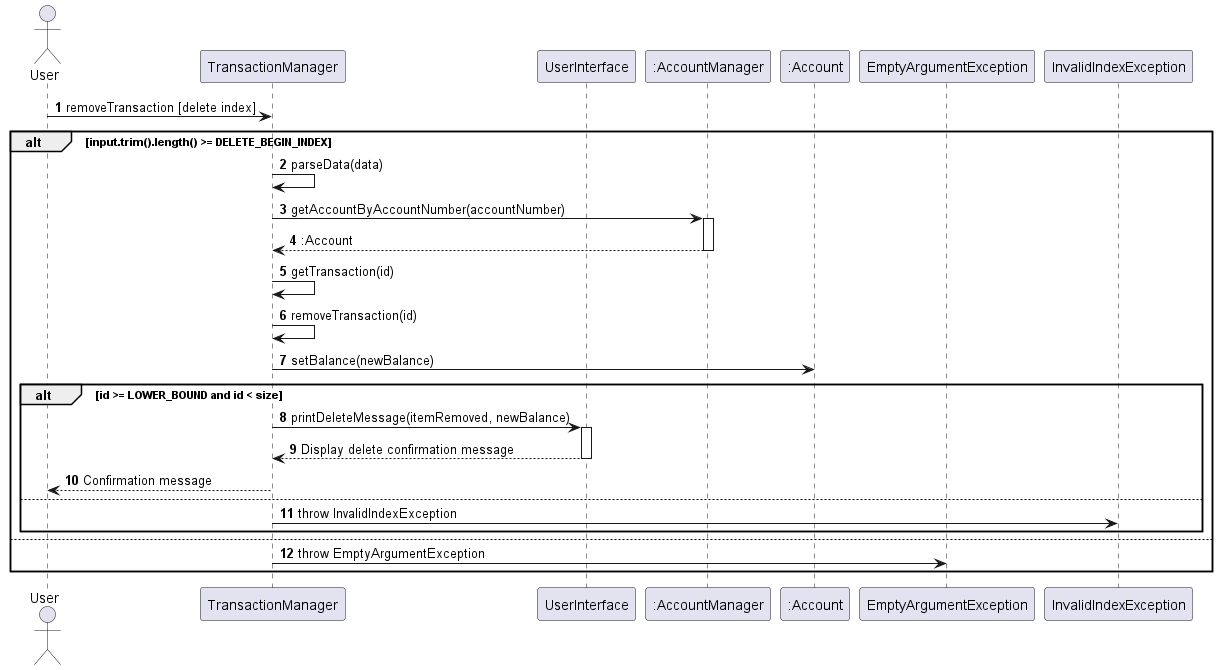
Before: docs/uml/uml-images/removeTransactionDiagram.png, a diagram exported from PlantUML (Vavinan/tp).
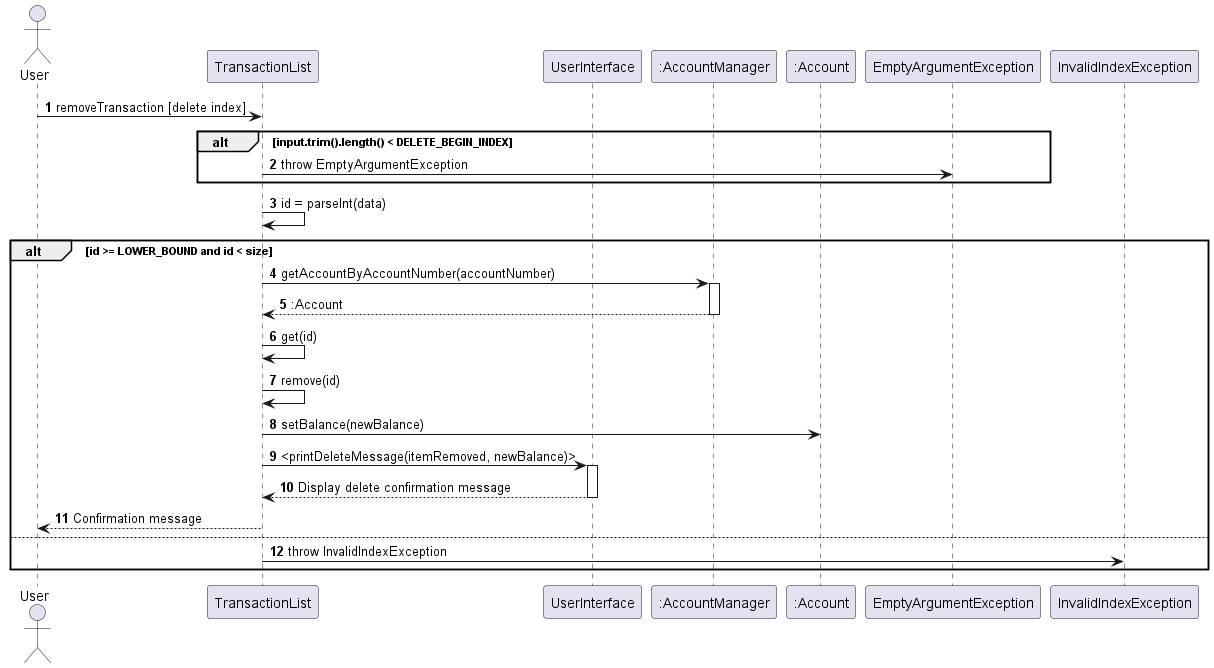
After the commit.

Commit message:
Update DG for removeTransaction and processEditTransaction

What changed in the source:
```diff
@@ -3,36 +3,35 @@
 autonumber
 
 actor User
-participant "TransactionManager" as TM
+participant "TransactionList" as TL
 participant "UserInterface" as UI
 participant ":AccountManager" as AM
 participant ":Account" as AC
 participant "EmptyArgumentException" as EAE
 participant "InvalidIndexException" as IIE
-User -> TM: removeTransaction [delete index]
+User -> TL: removeTransaction [delete index]
 
-alt input.trim().length() >= DELETE_BEGIN_INDEX
-    TM -> TM: parseData(data)
-    TM -> AM: getAccountByAccountNumber(accountNumber)
-    activate AM
-    AM --> TM: :Account
-    deactivate AM
+alt input.trim().length() < DELETE_BEGIN_INDEX
+    TL -> EAE: throw EmptyArgumentException
+end
+    TL -> TL: id = parseInt(data)
+    alt id >= LOWER_BOUND and id < size
+    TL -> AM: getAccountByAccountNumber(accountNumber)
+        activate AM
+        AM --> TL: :Account
+        deactivate AM
 
-    TM -> TM: getTransaction(id)
-    TM -> TM: removeTransaction(id)
+        TL -> TL: get(id)
+        TL -> TL: remove(id)
 
-    TM -> AC: setBalance(newBalance)
+        TL -> AC: setBalance(newBalance)
+        TL -> UI: <printDeleteMessage(itemRemoved, newBalance)>
+        activate UI
+        UI --> TL: Display delete confirmation message
+        deactivate UI
+        TL --> User: Confirmation message
+    else
+        TL -> IIE: throw InvalidIndexException
+    end
 
-    alt id >= LOWER_BOUND and id < size
-        TM -> UI: printDeleteMessage(itemRemoved, newBalance)
-        activate UI
-        UI --> TM: Display delete confirmation message
-        deactivate UI
-        TM --> User: Confirmation message
-    else
-        TM -> IIE: throw InvalidIndexException
-    end
-else
-    TM -> EAE: throw EmptyArgumentException
-    end
 @enduml
```
